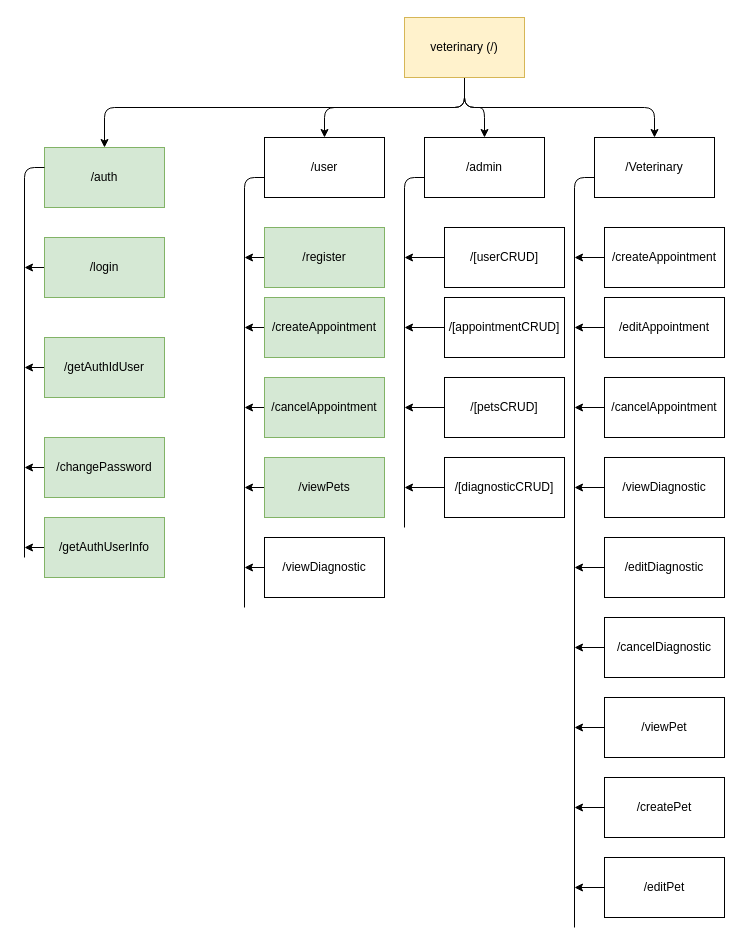
fernandoach/API-VETERINARY keeps this draw.io diagram as diagrams/NAV.drawio. Above is the earlier version. Source tidied: cells renumbered, new cells numbered last; positions are measured from the earlier drawing's top-left corner, leaving out a move shared by most shapes. Both pictures are drawn from the tidied source at 100%, with x=0, y=0 at pixel (24, 17).
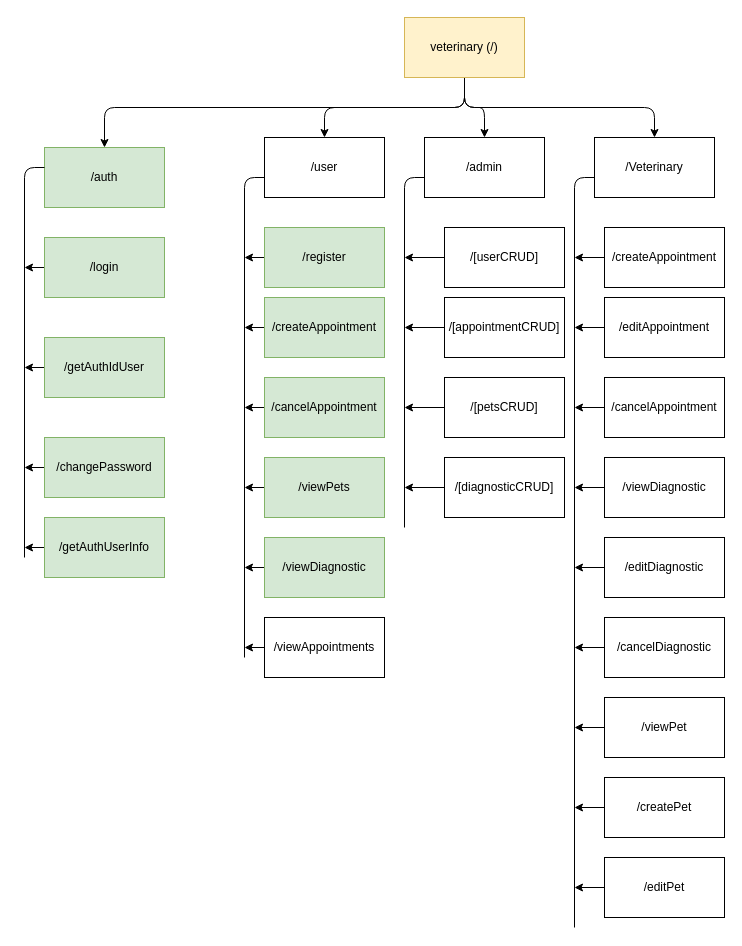
The same page after the edit.

Commit message (it also covers changes not shown here):
ADD: /user/viewAppointments (The authenticated user can consult a list of their completed and pending appointments {idAppointment, date, startTime, endTime, reason, state, idVeterinary, idPet})

The edit, as a diff of the source:
```diff
@@
-    <mxCell id="15" value="/viewDiagnostic" style="rounded=0;whiteSpace=wrap;html=1;" parent="1" vertex="1">
+    <mxCell id="15" value="/viewDiagnostic" style="rounded=0;whiteSpace=wrap;html=1;fillColor=#d5e8d4;strokeColor=#82b366;" parent="1" vertex="1">
       <mxGeometry x="240" y="520" width="120" height="60" as="geometry" />
     </mxCell>
@@
     <mxCell id="50" style="endArrow=none;html=1;" parent="1" edge="1">
       <mxGeometry relative="1" as="geometry">
-        <mxPoint x="220" y="590" as="sourcePoint" />
+        <mxPoint x="220" y="640" as="sourcePoint" />
         <mxPoint x="240" y="160" as="targetPoint" />
         <Array as="points">
           <mxPoint x="220" y="160" />
         </Array>
       </mxGeometry>
     </mxCell>
@@
+    <mxCell id="59" style="edgeStyle=none;html=1;" parent="1" edge="1" source="60">
+      <mxGeometry relative="1" as="geometry">
+        <mxPoint x="220" y="630" as="targetPoint" />
+      </mxGeometry>
+    </mxCell>
+    <mxCell id="60" value="/viewAppointments" style="rounded=0;whiteSpace=wrap;html=1;" parent="1" vertex="1">
+      <mxGeometry x="240" y="600" width="120" height="60" as="geometry" />
+    </mxCell>
```
